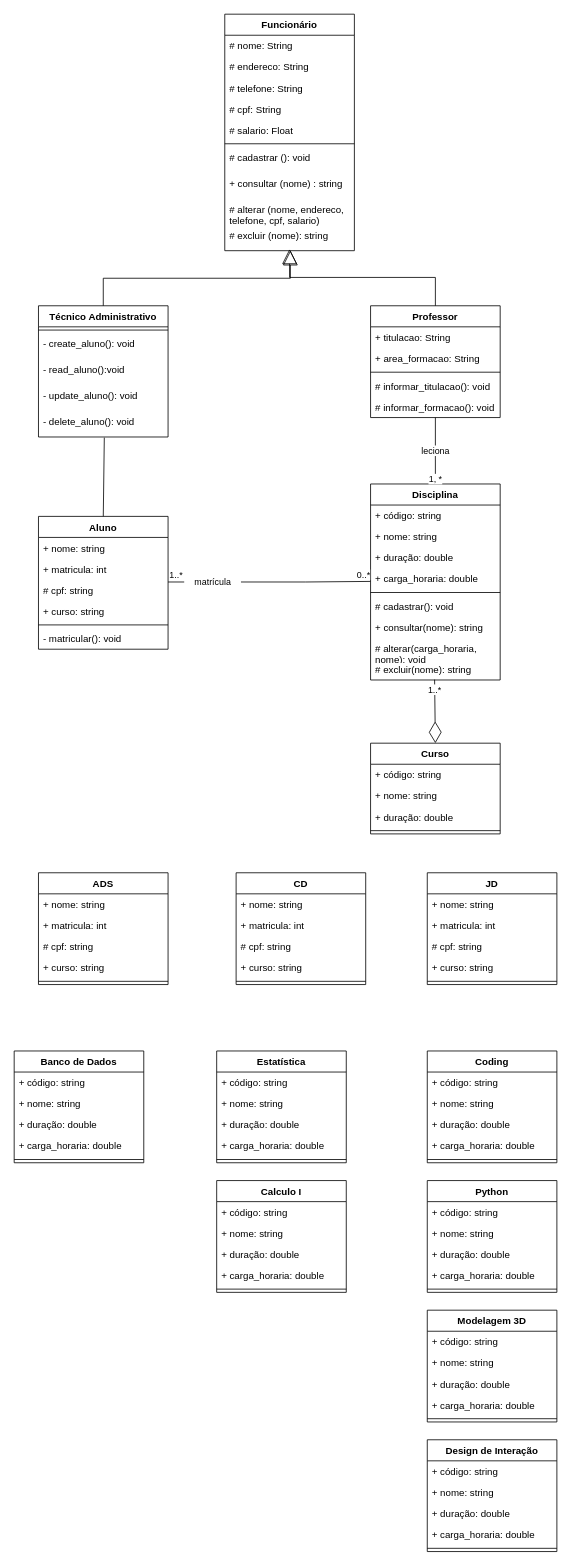
The draw.io diagram Modelagem de classes/EQ3-UML-Gestao_academica.drawio in Karolayne-silva/atv-sistemaDeGestaoAcademica, before the edit. Source tidied: cells renumbered, new cells numbered last; positions are measured from the earlier drawing's top-left corner, leaving out a move shared by most shapes. Both pictures are drawn from the tidied source at 81%, with x=0, y=0 at pixel (14, 14).
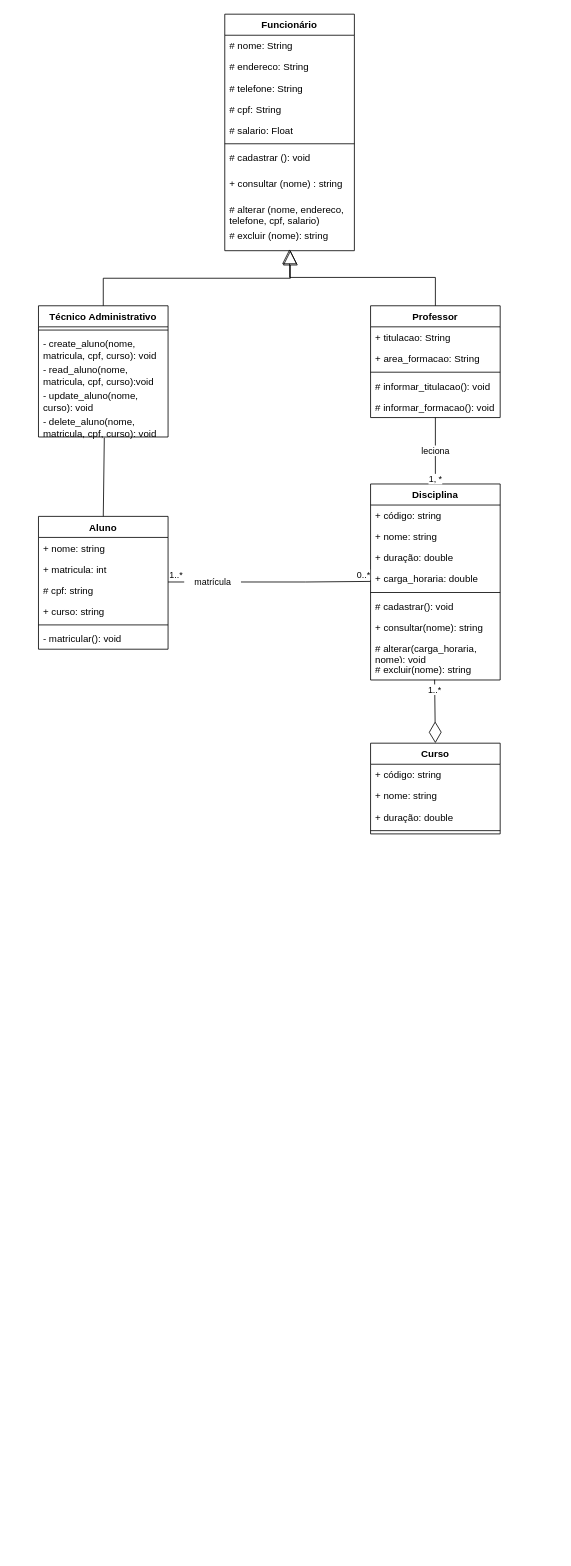
After the change.

Commit message:
ATUALIZAÇÃO UML

The change refers to these unchanged cells:
```xml
<mxCell id="36" value="Técnico Administrativo" style="swimlane;fontStyle=1;align=center;verticalAlign=top;horizontal=1;startSize=26;" parent="1" vertex="1">
  <mxGeometry x="30" y="360" width="160" height="162" as="geometry" />
</mxCell>
```

What changed in the source:
```diff
@@
-    <mxCell id="38" value="- create_aluno(): void" style="text;strokeColor=none;fillColor=none;align=left;verticalAlign=top;spacingLeft=4;spacingRight=4;overflow=hidden;" parent="36" vertex="1">
+    <mxCell id="38" value="- create_aluno(nome, &#10;matricula, cpf, curso): void" style="text;strokeColor=none;fillColor=none;align=left;verticalAlign=top;spacingLeft=4;spacingRight=4;overflow=hidden;" parent="36" vertex="1">
       <mxGeometry y="34" width="160" height="32" as="geometry" />
     </mxCell>
-    <mxCell id="39" value="- read_aluno():void" style="text;strokeColor=none;fillColor=none;align=left;verticalAlign=top;spacingLeft=4;spacingRight=4;overflow=hidden;" parent="36" vertex="1">
+    <mxCell id="39" value="- read_aluno(nome, &#10;matricula, cpf, curso):void" style="text;strokeColor=none;fillColor=none;align=left;verticalAlign=top;spacingLeft=4;spacingRight=4;overflow=hidden;" parent="36" vertex="1">
       <mxGeometry y="66" width="160" height="32" as="geometry" />
     </mxCell>
-    <mxCell id="40" value="- update_aluno(): void" style="text;strokeColor=none;fillColor=none;align=left;verticalAlign=top;spacingLeft=4;spacingRight=4;overflow=hidden;" parent="36" vertex="1">
+    <mxCell id="40" value="- update_aluno(nome, &#10;curso): void" style="text;strokeColor=none;fillColor=none;align=left;verticalAlign=top;spacingLeft=4;spacingRight=4;overflow=hidden;" parent="36" vertex="1">
       <mxGeometry y="98" width="160" height="32" as="geometry" />
     </mxCell>
-    <mxCell id="41" value="- delete_aluno(): void" style="text;strokeColor=none;fillColor=none;align=left;verticalAlign=top;spacingLeft=4;spacingRight=4;overflow=hidden;points=[[0,0.5],[1,0.5]];portConstraint=eastwest;" parent="36" vertex="1">
+    <mxCell id="41" value="- delete_aluno(nome, &#10;matricula, cpf, curso): void" style="text;strokeColor=none;fillColor=none;align=left;verticalAlign=top;spacingLeft=4;spacingRight=4;overflow=hidden;points=[[0,0.5],[1,0.5]];portConstraint=eastwest;" parent="36" vertex="1">
       <mxGeometry y="130" width="160" height="32" as="geometry" />
     </mxCell>
@@
-    <mxCell id="49" value="ADS" style="swimlane;fontStyle=1;align=center;verticalAlign=top;horizontal=1;startSize=26;" parent="1" vertex="1">
-      <mxGeometry x="30" y="1060" width="160" height="138" as="geometry" />
-    </mxCell>
-    <mxCell id="50" value="+ nome: string" style="text;strokeColor=none;fillColor=none;align=left;verticalAlign=top;spacingLeft=4;spacingRight=4;overflow=hidden;" parent="49" vertex="1">
-      <mxGeometry y="26" width="160" height="26" as="geometry" />
-    </mxCell>
-    <mxCell id="51" value="+ matricula: int " style="text;strokeColor=none;fillColor=none;align=left;verticalAlign=top;spacingLeft=4;spacingRight=4;overflow=hidden;" parent="49" vertex="1">
-      <mxGeometry y="52" width="160" height="26" as="geometry" />
-    </mxCell>
-    <mxCell id="52" value="# cpf: string" style="text;strokeColor=none;fillColor=none;align=left;verticalAlign=top;spacingLeft=4;spacingRight=4;overflow=hidden;" parent="49" vertex="1">
-      <mxGeometry y="78" width="160" height="26" as="geometry" />
-    </mxCell>
-    <mxCell id="53" value="+ curso: string" style="text;strokeColor=none;fillColor=none;align=left;verticalAlign=top;spacingLeft=4;spacingRight=4;overflow=hidden;" parent="49" vertex="1">
-      <mxGeometry y="104" width="160" height="26" as="geometry" />
-    </mxCell>
-    <mxCell id="54" style="line;strokeWidth=1;fillColor=none;align=left;verticalAlign=middle;spacingTop=-1;spacingLeft=3;spacingRight=3;labelPosition=right;strokeColor=inherit;" parent="49" vertex="1">
-      <mxGeometry y="130" width="160" height="8" as="geometry" />
-    </mxCell>
-    <mxCell id="55" value="CD" style="swimlane;fontStyle=1;align=center;verticalAlign=top;horizontal=1;startSize=26;" parent="1" vertex="1">
-      <mxGeometry x="274" y="1060" width="160" height="138" as="geometry" />
-    </mxCell>
-    <mxCell id="56" value="+ nome: string" style="text;strokeColor=none;fillColor=none;align=left;verticalAlign=top;spacingLeft=4;spacingRight=4;overflow=hidden;" parent="55" vertex="1">
-      <mxGeometry y="26" width="160" height="26" as="geometry" />
-    </mxCell>
-    <mxCell id="57" value="+ matricula: int " style="text;strokeColor=none;fillColor=none;align=left;verticalAlign=top;spacingLeft=4;spacingRight=4;overflow=hidden;" parent="55" vertex="1">
-      <mxGeometry y="52" width="160" height="26" as="geometry" />
-    </mxCell>
-    <mxCell id="58" value="# cpf: string" style="text;strokeColor=none;fillColor=none;align=left;verticalAlign=top;spacingLeft=4;spacingRight=4;overflow=hidden;" parent="55" vertex="1">
-      <mxGeometry y="78" width="160" height="26" as="geometry" />
-    </mxCell>
-    <mxCell id="59" value="+ curso: string" style="text;strokeColor=none;fillColor=none;align=left;verticalAlign=top;spacingLeft=4;spacingRight=4;overflow=hidden;" parent="55" vertex="1">
-      <mxGeometry y="104" width="160" height="26" as="geometry" />
-    </mxCell>
-    <mxCell id="60" style="line;strokeWidth=1;fillColor=none;align=left;verticalAlign=middle;spacingTop=-1;spacingLeft=3;spacingRight=3;labelPosition=right;strokeColor=inherit;" parent="55" vertex="1">
-      <mxGeometry y="130" width="160" height="8" as="geometry" />
-    </mxCell>
-    <mxCell id="61" value="JD" style="swimlane;fontStyle=1;align=center;verticalAlign=top;horizontal=1;startSize=26;" parent="1" vertex="1">
-      <mxGeometry x="510" y="1060" width="160" height="138" as="geometry" />
-    </mxCell>
-    <mxCell id="62" value="+ nome: string" style="text;strokeColor=none;fillColor=none;align=left;verticalAlign=top;spacingLeft=4;spacingRight=4;overflow=hidden;" parent="61" vertex="1">
-      <mxGeometry y="26" width="160" height="26" as="geometry" />
-    </mxCell>
-    <mxCell id="63" value="+ matricula: int " style="text;strokeColor=none;fillColor=none;align=left;verticalAlign=top;spacingLeft=4;spacingRight=4;overflow=hidden;" parent="61" vertex="1">
-      <mxGeometry y="52" width="160" height="26" as="geometry" />
-    </mxCell>
-    <mxCell id="64" value="# cpf: string" style="text;strokeColor=none;fillColor=none;align=left;verticalAlign=top;spacingLeft=4;spacingRight=4;overflow=hidden;" parent="61" vertex="1">
-      <mxGeometry y="78" width="160" height="26" as="geometry" />
-    </mxCell>
-    <mxCell id="65" value="+ curso: string" style="text;strokeColor=none;fillColor=none;align=left;verticalAlign=top;spacingLeft=4;spacingRight=4;overflow=hidden;" parent="61" vertex="1">
-      <mxGeometry y="104" width="160" height="26" as="geometry" />
-    </mxCell>
-    <mxCell id="66" style="line;strokeWidth=1;fillColor=none;align=left;verticalAlign=middle;spacingTop=-1;spacingLeft=3;spacingRight=3;labelPosition=right;strokeColor=inherit;" parent="61" vertex="1">
-      <mxGeometry y="130" width="160" height="8" as="geometry" />
-    </mxCell>
-    <mxCell id="67" value="Banco de Dados&#10;" style="swimlane;fontStyle=1;align=center;verticalAlign=top;horizontal=1;startSize=26;" parent="1" vertex="1">
-      <mxGeometry y="1280" width="160" height="138" as="geometry" />
-    </mxCell>
-    <mxCell id="68" value="+ código: string" style="text;strokeColor=none;fillColor=none;align=left;verticalAlign=top;spacingLeft=4;spacingRight=4;overflow=hidden;" parent="67" vertex="1">
-      <mxGeometry y="26" width="160" height="26" as="geometry" />
-    </mxCell>
-    <mxCell id="69" value="+ nome: string" style="text;strokeColor=none;fillColor=none;align=left;verticalAlign=top;spacingLeft=4;spacingRight=4;overflow=hidden;" parent="67" vertex="1">
-      <mxGeometry y="52" width="160" height="26" as="geometry" />
-    </mxCell>
-    <mxCell id="70" value="+ duração: double" style="text;strokeColor=none;fillColor=none;align=left;verticalAlign=top;spacingLeft=4;spacingRight=4;overflow=hidden;" parent="67" vertex="1">
-      <mxGeometry y="78" width="160" height="26" as="geometry" />
-    </mxCell>
-    <mxCell id="71" value="+ carga_horaria: double" style="text;strokeColor=none;fillColor=none;align=left;verticalAlign=top;spacingLeft=4;spacingRight=4;overflow=hidden;" parent="67" vertex="1">
-      <mxGeometry y="104" width="160" height="26" as="geometry" />
-    </mxCell>
-    <mxCell id="72" style="line;strokeWidth=1;fillColor=none;align=left;verticalAlign=middle;spacingTop=-1;spacingLeft=3;spacingRight=3;labelPosition=right;strokeColor=inherit;" parent="67" vertex="1">
-      <mxGeometry y="130" width="160" height="8" as="geometry" />
-    </mxCell>
-    <mxCell id="73" value="Coding" style="swimlane;fontStyle=1;align=center;verticalAlign=top;horizontal=1;startSize=26;" parent="1" vertex="1">
-      <mxGeometry x="510" y="1280" width="160" height="138" as="geometry" />
-    </mxCell>
-    <mxCell id="74" value="+ código: string" style="text;strokeColor=none;fillColor=none;align=left;verticalAlign=top;spacingLeft=4;spacingRight=4;overflow=hidden;" parent="73" vertex="1">
-      <mxGeometry y="26" width="160" height="26" as="geometry" />
-    </mxCell>
-    <mxCell id="75" value="+ nome: string" style="text;strokeColor=none;fillColor=none;align=left;verticalAlign=top;spacingLeft=4;spacingRight=4;overflow=hidden;" parent="73" vertex="1">
-      <mxGeometry y="52" width="160" height="26" as="geometry" />
-    </mxCell>
-    <mxCell id="76" value="+ duração: double" style="text;strokeColor=none;fillColor=none;align=left;verticalAlign=top;spacingLeft=4;spacingRight=4;overflow=hidden;" parent="73" vertex="1">
-      <mxGeometry y="78" width="160" height="26" as="geometry" />
-    </mxCell>
-    <mxCell id="77" value="+ carga_horaria: double" style="text;strokeColor=none;fillColor=none;align=left;verticalAlign=top;spacingLeft=4;spacingRight=4;overflow=hidden;" parent="73" vertex="1">
-      <mxGeometry y="104" width="160" height="26" as="geometry" />
-    </mxCell>
-    <mxCell id="78" style="line;strokeWidth=1;fillColor=none;align=left;verticalAlign=middle;spacingTop=-1;spacingLeft=3;spacingRight=3;labelPosition=right;strokeColor=inherit;" parent="73" vertex="1">
-      <mxGeometry y="130" width="160" height="8" as="geometry" />
-    </mxCell>
-    <mxCell id="79" value="Estatística" style="swimlane;fontStyle=1;align=center;verticalAlign=top;horizontal=1;startSize=26;" parent="1" vertex="1">
-      <mxGeometry x="250" y="1280" width="160" height="138" as="geometry" />
-    </mxCell>
-    <mxCell id="80" value="+ código: string" style="text;strokeColor=none;fillColor=none;align=left;verticalAlign=top;spacingLeft=4;spacingRight=4;overflow=hidden;" parent="79" vertex="1">
-      <mxGeometry y="26" width="160" height="26" as="geometry" />
-    </mxCell>
-    <mxCell id="81" value="+ nome: string" style="text;strokeColor=none;fillColor=none;align=left;verticalAlign=top;spacingLeft=4;spacingRight=4;overflow=hidden;" parent="79" vertex="1">
-      <mxGeometry y="52" width="160" height="26" as="geometry" />
-    </mxCell>
-    <mxCell id="82" value="+ duração: double" style="text;strokeColor=none;fillColor=none;align=left;verticalAlign=top;spacingLeft=4;spacingRight=4;overflow=hidden;" parent="79" vertex="1">
-      <mxGeometry y="78" width="160" height="26" as="geometry" />
-    </mxCell>
-    <mxCell id="83" value="+ carga_horaria: double" style="text;strokeColor=none;fillColor=none;align=left;verticalAlign=top;spacingLeft=4;spacingRight=4;overflow=hidden;" parent="79" vertex="1">
-      <mxGeometry y="104" width="160" height="26" as="geometry" />
-    </mxCell>
-    <mxCell id="84" style="line;strokeWidth=1;fillColor=none;align=left;verticalAlign=middle;spacingTop=-1;spacingLeft=3;spacingRight=3;labelPosition=right;strokeColor=inherit;" parent="79" vertex="1">
-      <mxGeometry y="130" width="160" height="8" as="geometry" />
-    </mxCell>
-    <mxCell id="85" value="Design de Interação" style="swimlane;fontStyle=1;align=center;verticalAlign=top;horizontal=1;startSize=26;" parent="1" vertex="1">
-      <mxGeometry x="510" y="1760" width="160" height="138" as="geometry" />
-    </mxCell>
-    <mxCell id="86" value="+ código: string" style="text;strokeColor=none;fillColor=none;align=left;verticalAlign=top;spacingLeft=4;spacingRight=4;overflow=hidden;" parent="85" vertex="1">
-      <mxGeometry y="26" width="160" height="26" as="geometry" />
-    </mxCell>
-    <mxCell id="87" value="+ nome: string" style="text;strokeColor=none;fillColor=none;align=left;verticalAlign=top;spacingLeft=4;spacingRight=4;overflow=hidden;" parent="85" vertex="1">
-      <mxGeometry y="52" width="160" height="26" as="geometry" />
-    </mxCell>
-    <mxCell id="88" value="+ duração: double" style="text;strokeColor=none;fillColor=none;align=left;verticalAlign=top;spacingLeft=4;spacingRight=4;overflow=hidden;" parent="85" vertex="1">
-      <mxGeometry y="78" width="160" height="26" as="geometry" />
-    </mxCell>
-    <mxCell id="89" value="+ carga_horaria: double" style="text;strokeColor=none;fillColor=none;align=left;verticalAlign=top;spacingLeft=4;spacingRight=4;overflow=hidden;" parent="85" vertex="1">
-      <mxGeometry y="104" width="160" height="26" as="geometry" />
-    </mxCell>
-    <mxCell id="90" style="line;strokeWidth=1;fillColor=none;align=left;verticalAlign=middle;spacingTop=-1;spacingLeft=3;spacingRight=3;labelPosition=right;strokeColor=inherit;" parent="85" vertex="1">
-      <mxGeometry y="130" width="160" height="8" as="geometry" />
-    </mxCell>
-    <mxCell id="91" value="Python" style="swimlane;fontStyle=1;align=center;verticalAlign=top;horizontal=1;startSize=26;" parent="1" vertex="1">
-      <mxGeometry x="510" y="1440" width="160" height="138" as="geometry" />
-    </mxCell>
-    <mxCell id="92" value="+ código: string" style="text;strokeColor=none;fillColor=none;align=left;verticalAlign=top;spacingLeft=4;spacingRight=4;overflow=hidden;" parent="91" vertex="1">
-      <mxGeometry y="26" width="160" height="26" as="geometry" />
-    </mxCell>
-    <mxCell id="93" value="+ nome: string" style="text;strokeColor=none;fillColor=none;align=left;verticalAlign=top;spacingLeft=4;spacingRight=4;overflow=hidden;" parent="91" vertex="1">
-      <mxGeometry y="52" width="160" height="26" as="geometry" />
-    </mxCell>
-    <mxCell id="94" value="+ duração: double" style="text;strokeColor=none;fillColor=none;align=left;verticalAlign=top;spacingLeft=4;spacingRight=4;overflow=hidden;" parent="91" vertex="1">
-      <mxGeometry y="78" width="160" height="26" as="geometry" />
-    </mxCell>
-    <mxCell id="95" value="+ carga_horaria: double" style="text;strokeColor=none;fillColor=none;align=left;verticalAlign=top;spacingLeft=4;spacingRight=4;overflow=hidden;" parent="91" vertex="1">
-      <mxGeometry y="104" width="160" height="26" as="geometry" />
-    </mxCell>
-    <mxCell id="96" style="line;strokeWidth=1;fillColor=none;align=left;verticalAlign=middle;spacingTop=-1;spacingLeft=3;spacingRight=3;labelPosition=right;strokeColor=inherit;" parent="91" vertex="1">
-      <mxGeometry y="130" width="160" height="8" as="geometry" />
-    </mxCell>
-    <mxCell id="97" value="Modelagem 3D" style="swimlane;fontStyle=1;align=center;verticalAlign=top;horizontal=1;startSize=26;" parent="1" vertex="1">
-      <mxGeometry x="510" y="1600" width="160" height="138" as="geometry" />
-    </mxCell>
-    <mxCell id="98" value="+ código: string" style="text;strokeColor=none;fillColor=none;align=left;verticalAlign=top;spacingLeft=4;spacingRight=4;overflow=hidden;" parent="97" vertex="1">
-      <mxGeometry y="26" width="160" height="26" as="geometry" />
-    </mxCell>
-    <mxCell id="99" value="+ nome: string" style="text;strokeColor=none;fillColor=none;align=left;verticalAlign=top;spacingLeft=4;spacingRight=4;overflow=hidden;" parent="97" vertex="1">
-      <mxGeometry y="52" width="160" height="26" as="geometry" />
-    </mxCell>
-    <mxCell id="100" value="+ duração: double" style="text;strokeColor=none;fillColor=none;align=left;verticalAlign=top;spacingLeft=4;spacingRight=4;overflow=hidden;" parent="97" vertex="1">
-      <mxGeometry y="78" width="160" height="26" as="geometry" />
-    </mxCell>
-    <mxCell id="101" value="+ carga_horaria: double" style="text;strokeColor=none;fillColor=none;align=left;verticalAlign=top;spacingLeft=4;spacingRight=4;overflow=hidden;" parent="97" vertex="1">
-      <mxGeometry y="104" width="160" height="26" as="geometry" />
-    </mxCell>
-    <mxCell id="102" style="line;strokeWidth=1;fillColor=none;align=left;verticalAlign=middle;spacingTop=-1;spacingLeft=3;spacingRight=3;labelPosition=right;strokeColor=inherit;" parent="97" vertex="1">
-      <mxGeometry y="130" width="160" height="8" as="geometry" />
-    </mxCell>
-    <mxCell id="103" value="Calculo I" style="swimlane;fontStyle=1;align=center;verticalAlign=top;horizontal=1;startSize=26;" parent="1" vertex="1">
-      <mxGeometry x="250" y="1440" width="160" height="138" as="geometry" />
-    </mxCell>
-    <mxCell id="104" value="+ código: string" style="text;strokeColor=none;fillColor=none;align=left;verticalAlign=top;spacingLeft=4;spacingRight=4;overflow=hidden;" parent="103" vertex="1">
-      <mxGeometry y="26" width="160" height="26" as="geometry" />
-    </mxCell>
-    <mxCell id="105" value="+ nome: string" style="text;strokeColor=none;fillColor=none;align=left;verticalAlign=top;spacingLeft=4;spacingRight=4;overflow=hidden;" parent="103" vertex="1">
-      <mxGeometry y="52" width="160" height="26" as="geometry" />
-    </mxCell>
-    <mxCell id="106" value="+ duração: double" style="text;strokeColor=none;fillColor=none;align=left;verticalAlign=top;spacingLeft=4;spacingRight=4;overflow=hidden;" parent="103" vertex="1">
-      <mxGeometry y="78" width="160" height="26" as="geometry" />
-    </mxCell>
-    <mxCell id="107" value="+ carga_horaria: double" style="text;strokeColor=none;fillColor=none;align=left;verticalAlign=top;spacingLeft=4;spacingRight=4;overflow=hidden;" parent="103" vertex="1">
-      <mxGeometry y="104" width="160" height="26" as="geometry" />
-    </mxCell>
-    <mxCell id="108" style="line;strokeWidth=1;fillColor=none;align=left;verticalAlign=middle;spacingTop=-1;spacingLeft=3;spacingRight=3;labelPosition=right;strokeColor=inherit;" parent="103" vertex="1">
-      <mxGeometry y="130" width="160" height="8" as="geometry" />
-    </mxCell>
```
